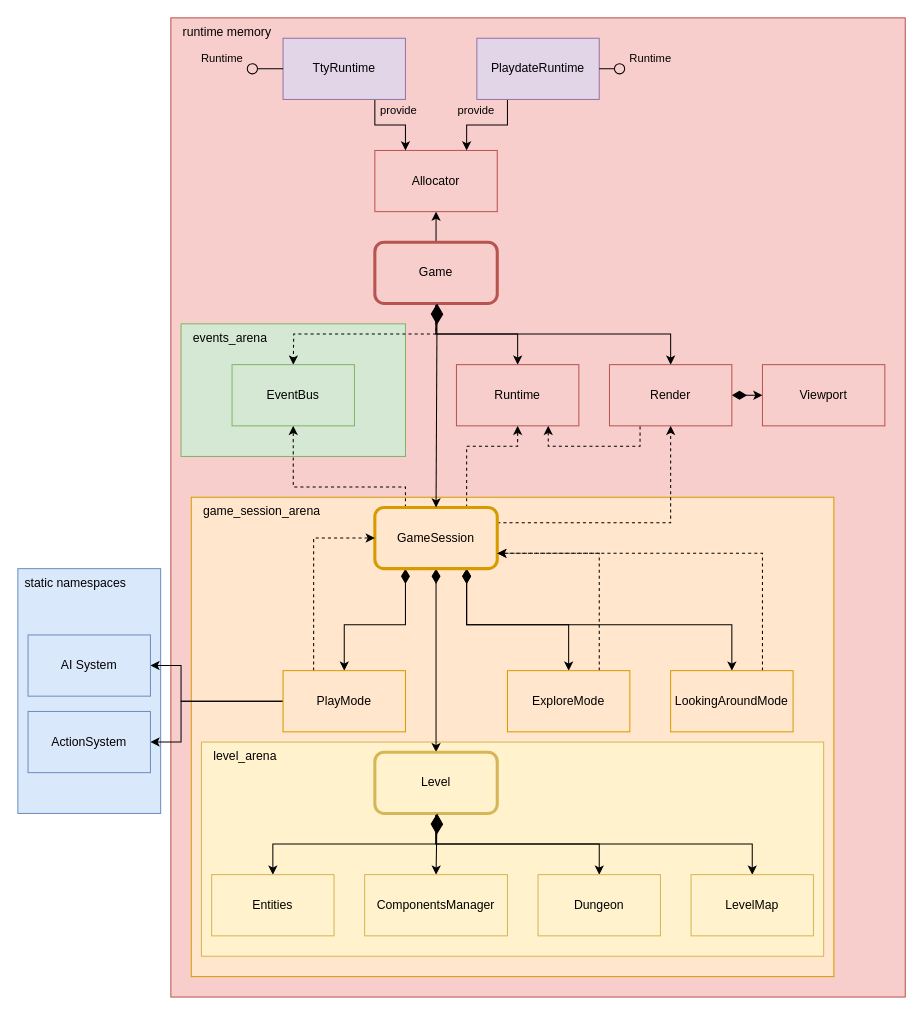
The draw.io diagram page "Main components" (2 of 9) of docs/schemas.drawio in vladimir-popov/forgotten_catacombs, before the edit. Source tidied: cells renumbered, new cells numbered last; positions are measured from the earlier drawing's top-left corner, leaving out a move shared by most shapes. Both pictures are drawn from the tidied source at 102%, with x=0, y=0 at pixel (17, 17).
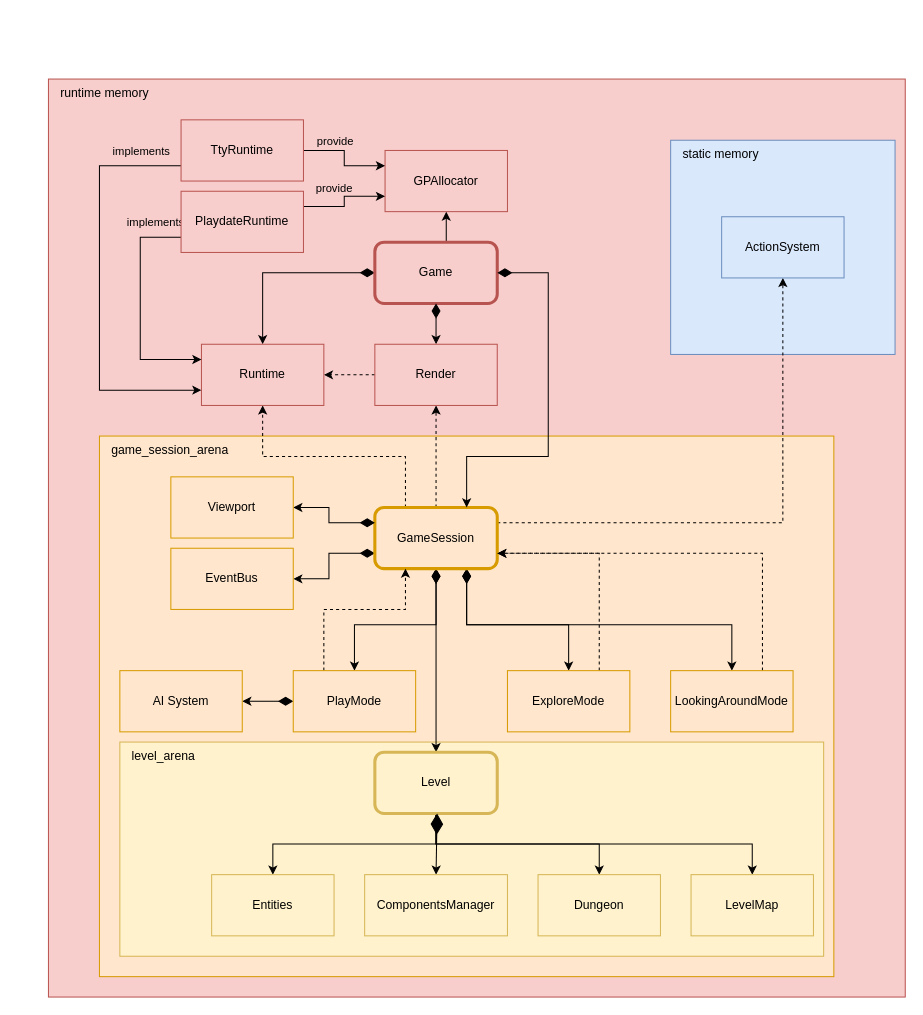
The same page after the edit.

Unchanged cells that the change refers to:
```xml
<mxCell id="11" value="Game" style="rounded=1;whiteSpace=wrap;html=1;fillColor=#f8cecc;strokeColor=#b85450;strokeWidth=3;" parent="1" vertex="1">
  <mxGeometry x="350" y="220" width="120" height="60" as="geometry" />
</mxCell>
<mxCell id="19" value="GameSession" style="rounded=1;whiteSpace=wrap;html=1;fillColor=#ffe6cc;strokeColor=#d79b00;strokeWidth=3;" parent="1" vertex="1">
  <mxGeometry x="350" y="480" width="120" height="60" as="geometry" />
</mxCell>
```

Diff of the diagram source:
```diff
@@
-    <mxCell id="2" value="static namespaces" style="rounded=0;whiteSpace=wrap;html=1;fillColor=#dae8fc;strokeColor=#6c8ebf;align=left;verticalAlign=top;spacingLeft=5;" parent="1" vertex="1">
-      <mxGeometry y="540" width="140" height="240" as="geometry" />
-    </mxCell>
     <mxCell id="3" value="runtime memory" style="rounded=0;whiteSpace=wrap;html=1;fillColor=#f8cecc;strokeColor=#b85450;verticalAlign=top;align=left;spacingLeft=10;" parent="1" vertex="1">
-      <mxGeometry x="150" width="720" height="960" as="geometry" />
+      <mxGeometry x="30" y="60" width="840" height="900" as="geometry" />
     </mxCell>
-    <mxCell id="4" value="events_arena" style="rounded=0;whiteSpace=wrap;html=1;fillColor=#d5e8d4;strokeColor=#82b366;align=left;verticalAlign=top;spacingLeft=10;" parent="1" vertex="1">
-      <mxGeometry x="160" y="300" width="220" height="130" as="geometry" />
-    </mxCell>
+    <mxCell id="56" value="static memory" style="rounded=0;whiteSpace=wrap;html=1;fillColor=#dae8fc;strokeColor=#6c8ebf;align=left;verticalAlign=top;spacingLeft=10;" parent="1" vertex="1">
+      <mxGeometry x="640" y="120" width="220" height="210" as="geometry" />
+    </mxCell>
     <mxCell id="5" value="game_session_arena" style="rounded=0;whiteSpace=wrap;html=1;fillColor=#ffe6cc;strokeColor=#d79b00;align=left;verticalAlign=top;spacingLeft=10;" parent="1" vertex="1">
-      <mxGeometry x="170" y="470" width="630" height="470" as="geometry" />
+      <mxGeometry x="80" y="410" width="720" height="530" as="geometry" />
     </mxCell>
     <mxCell id="6" value="level_arena" style="rounded=0;whiteSpace=wrap;html=1;fillColor=#fff2cc;strokeColor=#d6b656;align=left;verticalAlign=top;spacingLeft=10;" parent="1" vertex="1">
-      <mxGeometry x="180" y="710" width="610" height="210" as="geometry" />
+      <mxGeometry x="100" y="710" width="690" height="210" as="geometry" />
     </mxCell>
-    <mxCell id="7" style="edgeStyle=orthogonalEdgeStyle;rounded=0;jettySize=auto;html=1;exitX=0.5;exitY=1;exitDx=0;exitDy=0;dashed=1;" parent="1" edge="1" source="11">
-      <mxGeometry relative="1" as="geometry">
-        <mxPoint x="270" y="340" as="targetPoint" />
-      </mxGeometry>
-    </mxCell>
-    <mxCell id="8" style="edgeStyle=orthogonalEdgeStyle;rounded=0;jettySize=auto;html=1;exitX=0.5;exitY=1;exitDx=0;exitDy=0;entryX=0.5;entryY=0;entryDx=0;entryDy=0;" parent="1" edge="1" source="11" target="26">
-      <mxGeometry relative="1" as="geometry" />
-    </mxCell>
-    <mxCell id="9" style="edgeStyle=orthogonalEdgeStyle;rounded=0;jettySize=auto;html=1;exitX=0.5;exitY=1;exitDx=0;exitDy=0;" parent="1" edge="1" source="11" target="46">
+    <mxCell id="9" style="edgeStyle=orthogonalEdgeStyle;rounded=0;jettySize=auto;html=1;exitX=0;exitY=0.5;exitDx=0;exitDy=0;startArrow=diamondThin;startFill=1;startSize=12;" parent="1" edge="1" source="11" target="46">
       <mxGeometry relative="1" as="geometry" />
     </mxCell>
@@
-    <mxCell id="12" style="edgeStyle=orthogonalEdgeStyle;rounded=0;jettySize=auto;html=1;exitX=0.25;exitY=1;exitDx=0;exitDy=0;entryX=0.5;entryY=0;entryDx=0;entryDy=0;startArrow=diamondThin;startFill=1;startSize=12;" parent="1" edge="1" source="19" target="32">
+    <mxCell id="12" style="edgeStyle=orthogonalEdgeStyle;rounded=0;jettySize=auto;html=1;startArrow=diamondThin;startFill=1;startSize=12;" parent="1" edge="1" source="19" target="32">
       <mxGeometry relative="1" as="geometry" />
     </mxCell>
@@
-    <mxCell id="14" style="edgeStyle=orthogonalEdgeStyle;rounded=0;jettySize=auto;html=1;exitX=0.25;exitY=0;exitDx=0;exitDy=0;entryX=0.5;entryY=1;entryDx=0;entryDy=0;dashed=1;" parent="1" edge="1" source="19" target="41">
-      <mxGeometry relative="1" as="geometry">
-        <Array as="points">
-          <mxPoint x="380" y="460" />
-          <mxPoint x="270" y="460" />
-        </Array>
-      </mxGeometry>
+    <mxCell id="14" style="edgeStyle=orthogonalEdgeStyle;rounded=0;jettySize=auto;html=1;startArrow=diamondThin;startFill=1;startSize=12;exitX=0;exitY=0.75;exitDx=0;exitDy=0;" parent="1" edge="1" source="19" target="41">
+      <mxGeometry relative="1" as="geometry" />
     </mxCell>
-    <mxCell id="15" style="edgeStyle=orthogonalEdgeStyle;rounded=0;jettySize=auto;html=1;exitX=1;exitY=0.25;exitDx=0;exitDy=0;entryX=0.5;entryY=1;entryDx=0;entryDy=0;dashed=1;" parent="1" edge="1" source="19" target="26">
+    <mxCell id="15" style="edgeStyle=orthogonalEdgeStyle;rounded=0;jettySize=auto;html=1;startArrow=diamondThin;startFill=1;startSize=12;entryX=0.5;entryY=0;entryDx=0;entryDy=0;exitX=0.5;exitY=1;exitDx=0;exitDy=0;" parent="1" edge="1" source="11" target="26">
       <mxGeometry relative="1" as="geometry">
         <Array as="points">
-          <mxPoint x="640" y="495" />
+          <mxPoint x="410" y="320" />
         </Array>
       </mxGeometry>
     </mxCell>
@@
-    <mxCell id="17" style="edgeStyle=orthogonalEdgeStyle;rounded=0;jettySize=auto;html=1;exitX=0.75;exitY=0;exitDx=0;exitDy=0;entryX=0.5;entryY=1;entryDx=0;entryDy=0;dashed=1;" parent="1" edge="1" source="19" target="46">
+    <mxCell id="17" style="edgeStyle=orthogonalEdgeStyle;rounded=0;jettySize=auto;html=1;exitX=0.25;exitY=0;exitDx=0;exitDy=0;entryX=0.5;entryY=1;entryDx=0;entryDy=0;dashed=1;" parent="1" edge="1" source="19" target="46">
       <mxGeometry relative="1" as="geometry">
         <Array as="points">
-          <mxPoint x="440" y="420" />
-          <mxPoint x="490" y="420" />
+          <mxPoint x="380" y="430" />
+          <mxPoint x="240" y="430" />
         </Array>
       </mxGeometry>
     </mxCell>
@@
+    <mxCell id="57" style="edgeStyle=orthogonalEdgeStyle;rounded=0;jettySize=auto;html=1;exitX=0.5;exitY=0;exitDx=0;exitDy=0;entryX=0.5;entryY=1;entryDx=0;entryDy=0;dashed=1;" parent="1" edge="1" source="19" target="26">
+      <mxGeometry relative="1" as="geometry" />
+    </mxCell>
+    <mxCell id="58" style="edgeStyle=orthogonalEdgeStyle;rounded=0;jettySize=auto;html=1;exitX=1;exitY=0.25;exitDx=0;exitDy=0;dashed=1;" parent="1" edge="1" source="19" target="39">
+      <mxGeometry relative="1" as="geometry">
+        <Array as="points">
+          <mxPoint x="750" y="495" />
+        </Array>
+      </mxGeometry>
+    </mxCell>
@@
-    <mxCell id="25" style="edgeStyle=orthogonalEdgeStyle;rounded=0;jettySize=auto;html=1;exitX=1;exitY=0.5;exitDx=0;exitDy=0;entryX=0;entryY=0.5;entryDx=0;entryDy=0;startArrow=diamondThin;startFill=1;startSize=12;" parent="1" edge="1" source="26" target="44">
+    <mxCell id="25" style="edgeStyle=orthogonalEdgeStyle;rounded=0;jettySize=auto;html=1;startArrow=diamondThin;startFill=1;startSize=12;exitX=0;exitY=0.25;exitDx=0;exitDy=0;" parent="1" edge="1" source="19" target="44">
       <mxGeometry relative="1" as="geometry" />
     </mxCell>
+    <mxCell id="59" style="edgeStyle=orthogonalEdgeStyle;rounded=0;jettySize=auto;html=1;exitX=0;exitY=0.5;exitDx=0;exitDy=0;dashed=1;" parent="1" edge="1" source="26" target="46">
+      <mxGeometry relative="1" as="geometry" />
+    </mxCell>
     <mxCell id="26" value="Render" style="rounded=0;whiteSpace=wrap;html=1;fillColor=#f8cecc;strokeColor=#b85450;" parent="1" vertex="1">
-      <mxGeometry x="580" y="340" width="120" height="60" as="geometry" />
+      <mxGeometry x="350" y="320" width="120" height="60" as="geometry" />
     </mxCell>
-    <mxCell id="27" style="endArrow=diamondThin;endFill=1;endSize=18;html=1;rounded=0;exitX=0.5;exitY=0;exitDx=0;exitDy=0;startArrow=classic;startFill=1;strokeWidth=1;" parent="1" edge="1" source="19">
+    <mxCell id="27" style="endArrow=diamondThin;endFill=1;endSize=12;html=1;rounded=0;exitX=0.75;exitY=0;exitDx=0;exitDy=0;startArrow=classic;startFill=1;strokeWidth=1;entryX=1;entryY=0.5;entryDx=0;entryDy=0;edgeStyle=orthogonalEdgeStyle;" parent="1" edge="1" source="19" target="11">
       <mxGeometry relative="1" as="geometry">
-        <mxPoint x="411" y="280" as="targetPoint" />
+        <Array as="points">
+          <mxPoint x="440" y="430" />
+          <mxPoint x="520" y="430" />
+          <mxPoint x="520" y="250" />
+        </Array>
       </mxGeometry>
     </mxCell>
@@
-    <mxCell id="29" style="edgeStyle=orthogonalEdgeStyle;rounded=0;jettySize=auto;html=1;exitX=0.25;exitY=0;exitDx=0;exitDy=0;entryX=0;entryY=0.5;entryDx=0;entryDy=0;dashed=1;" parent="1" edge="1" source="32" target="19">
-      <mxGeometry relative="1" as="geometry" />
+    <mxCell id="29" style="edgeStyle=orthogonalEdgeStyle;rounded=0;jettySize=auto;html=1;dashed=1;" parent="1" edge="1" source="32" target="19">
+      <mxGeometry relative="1" as="geometry">
+        <Array as="points">
+          <mxPoint x="300" y="580" />
+          <mxPoint x="380" y="580" />
+        </Array>
+      </mxGeometry>
     </mxCell>
-    <mxCell id="30" style="edgeStyle=orthogonalEdgeStyle;rounded=0;jettySize=auto;html=1;exitX=0;exitY=0.5;exitDx=0;exitDy=0;entryX=1;entryY=0.5;entryDx=0;entryDy=0;" parent="1" edge="1" source="32" target="38">
-      <mxGeometry relative="1" as="geometry">
-        <Array as="points">
-          <mxPoint x="160" y="670" />
-          <mxPoint x="160" y="635" />
-        </Array>
-      </mxGeometry>
+    <mxCell id="30" style="edgeStyle=orthogonalEdgeStyle;rounded=0;jettySize=auto;html=1;startArrow=diamondThin;startFill=1;startSize=12;" parent="1" edge="1" source="32" target="38">
+      <mxGeometry relative="1" as="geometry" />
     </mxCell>
-    <mxCell id="31" style="edgeStyle=orthogonalEdgeStyle;rounded=0;jettySize=auto;html=1;exitX=0;exitY=0.5;exitDx=0;exitDy=0;entryX=1;entryY=0.5;entryDx=0;entryDy=0;" parent="1" edge="1" source="32" target="39">
-      <mxGeometry relative="1" as="geometry">
-        <Array as="points">
-          <mxPoint x="160" y="670" />
-          <mxPoint x="160" y="710" />
-        </Array>
-      </mxGeometry>
-    </mxCell>
     <mxCell id="32" value="PlayMode" style="rounded=0;whiteSpace=wrap;html=1;fillColor=#ffe6cc;strokeColor=#d79b00;" parent="1" vertex="1">
-      <mxGeometry x="260" y="640" width="120" height="60" as="geometry" />
+      <mxGeometry x="270" y="640" width="120" height="60" as="geometry" />
     </mxCell>
@@
-    <mxCell id="38" value="AI System" style="rounded=0;whiteSpace=wrap;html=1;fillColor=#dae8fc;strokeColor=#6c8ebf;" parent="1" vertex="1">
-      <mxGeometry x="10" y="605" width="120" height="60" as="geometry" />
-    </mxCell>
-    <mxCell id="39" value="ActionSystem" style="rounded=0;whiteSpace=wrap;html=1;fillColor=#dae8fc;strokeColor=#6c8ebf;" parent="1" vertex="1">
-      <mxGeometry x="10" y="680" width="120" height="60" as="geometry" />
-    </mxCell>
-    <mxCell id="40" value="Allocator" style="rounded=0;whiteSpace=wrap;html=1;fillColor=#f8cecc;strokeColor=#b85450;" parent="1" vertex="1">
-      <mxGeometry x="350" y="130" width="120" height="60" as="geometry" />
+    <mxCell id="40" value="GPAllocator" style="rounded=0;whiteSpace=wrap;html=1;fillColor=#f8cecc;strokeColor=#b85450;" parent="1" vertex="1">
+      <mxGeometry x="360" y="130" width="120" height="60" as="geometry" />
     </mxCell>
-    <mxCell id="41" value="EventBus" style="rounded=0;whiteSpace=wrap;html=1;fillColor=#d5e8d4;strokeColor=#82b366;" parent="1" vertex="1">
-      <mxGeometry x="210" y="340" width="120" height="60" as="geometry" />
-    </mxCell>
@@
-    <mxCell id="44" value="Viewport" style="rounded=0;whiteSpace=wrap;html=1;fillColor=#f8cecc;strokeColor=#b85450;" parent="1" vertex="1">
-      <mxGeometry x="730" y="340" width="120" height="60" as="geometry" />
+    <mxCell id="44" value="Viewport" style="rounded=0;whiteSpace=wrap;html=1;fillColor=#ffe6cc;strokeColor=#d79b00;" parent="1" vertex="1">
+      <mxGeometry x="150" y="450" width="120" height="60" as="geometry" />
     </mxCell>
-    <mxCell id="45" style="edgeStyle=orthogonalEdgeStyle;rounded=0;jettySize=auto;html=1;exitX=0.75;exitY=1;exitDx=0;exitDy=0;entryX=0.25;entryY=1;entryDx=0;entryDy=0;dashed=1;endArrow=none;endFill=0;startArrow=classic;startFill=1;" parent="1" edge="1" source="46" target="26">
-      <mxGeometry relative="1" as="geometry" />
-    </mxCell>
     <mxCell id="46" value="Runtime" style="rounded=0;whiteSpace=wrap;html=1;fillColor=#f8cecc;strokeColor=#b85450;" parent="1" vertex="1">
-      <mxGeometry x="430" y="340" width="120" height="60" as="geometry" />
+      <mxGeometry x="180" y="320" width="120" height="60" as="geometry" />
     </mxCell>
-    <mxCell id="47" style="edgeStyle=orthogonalEdgeStyle;rounded=0;jettySize=auto;html=1;exitX=0.75;exitY=1;exitDx=0;exitDy=0;entryX=0.25;entryY=0;entryDx=0;entryDy=0;" parent="1" edge="1" source="49" target="40">
+    <mxCell id="47" style="edgeStyle=orthogonalEdgeStyle;rounded=0;jettySize=auto;html=1;exitX=1;exitY=0.5;exitDx=0;exitDy=0;entryX=0;entryY=0.25;entryDx=0;entryDy=0;" parent="1" edge="1" source="49" target="40">
       <mxGeometry relative="1" as="geometry" />
     </mxCell>
     <mxCell id="48" value="provide" style="edgeLabel;html=1;align=center;verticalAlign=middle;labelBackgroundColor=none;" parent="47" vertex="1">
       <mxGeometry x="0.01" relative="1" as="geometry">
-        <mxPoint x="7" y="-15" as="offset" />
+        <mxPoint x="-10" y="-18" as="offset" />
       </mxGeometry>
     </mxCell>
+    <mxCell id="60" style="edgeStyle=orthogonalEdgeStyle;rounded=0;jettySize=auto;html=1;exitX=0;exitY=0.75;exitDx=0;exitDy=0;" parent="1" edge="1" source="49" target="46">
+      <mxGeometry relative="1" as="geometry">
+        <Array as="points">
+          <mxPoint x="80" y="145" />
+          <mxPoint x="80" y="365" />
+        </Array>
+      </mxGeometry>
+    </mxCell>
+    <mxCell id="61" value="implements" style="edgeLabel;html=1;align=center;verticalAlign=middle;labelBackgroundColor=none;" parent="60" vertex="1">
+      <mxGeometry x="-0.8" y="3" relative="1" as="geometry">
+        <mxPoint y="-18" as="offset" />
+      </mxGeometry>
+    </mxCell>
-    <mxCell id="49" value="TtyRuntime" style="rounded=0;whiteSpace=wrap;html=1;fillColor=#e1d5e7;strokeColor=#9673a6;" parent="1" vertex="1">
-      <mxGeometry x="260" y="20" width="120" height="60" as="geometry" />
+    <mxCell id="49" value="TtyRuntime" style="rounded=0;whiteSpace=wrap;html=1;fillColor=#f8cecc;strokeColor=#b85450;" parent="1" vertex="1">
+      <mxGeometry x="160" y="100" width="120" height="60" as="geometry" />
     </mxCell>
-    <mxCell id="50" style="edgeStyle=orthogonalEdgeStyle;rounded=0;jettySize=auto;html=1;exitX=0.25;exitY=1;exitDx=0;exitDy=0;entryX=0.75;entryY=0;entryDx=0;entryDy=0;" parent="1" edge="1" source="52" target="40">
+    <mxCell id="50" style="edgeStyle=orthogonalEdgeStyle;rounded=0;jettySize=auto;html=1;exitX=1;exitY=0.25;exitDx=0;exitDy=0;entryX=0;entryY=0.75;entryDx=0;entryDy=0;" parent="1" edge="1" source="52" target="40">
       <mxGeometry relative="1" as="geometry" />
     </mxCell>
@@
+    <mxCell id="62" style="edgeStyle=orthogonalEdgeStyle;rounded=0;jettySize=auto;html=1;exitX=0;exitY=0.75;exitDx=0;exitDy=0;entryX=0;entryY=0.25;entryDx=0;entryDy=0;" parent="1" edge="1" source="52" target="46">
+      <mxGeometry relative="1" as="geometry">
+        <Array as="points">
+          <mxPoint x="120" y="215" />
+          <mxPoint x="120" y="335" />
+        </Array>
+      </mxGeometry>
+    </mxCell>
+    <mxCell id="63" value="&lt;span style=&quot;&quot;&gt;implements&lt;/span&gt;" style="edgeLabel;html=1;align=center;verticalAlign=middle;labelBackgroundColor=none;" parent="62" vertex="1">
+      <mxGeometry x="-0.76" relative="1" as="geometry">
+        <mxPoint y="-15" as="offset" />
+      </mxGeometry>
+    </mxCell>
-    <mxCell id="52" value="PlaydateRuntime" style="rounded=0;whiteSpace=wrap;html=1;fillColor=#e1d5e7;strokeColor=#9673a6;" parent="1" vertex="1">
-      <mxGeometry x="450" y="20" width="120" height="60" as="geometry" />
+    <mxCell id="52" value="PlaydateRuntime" style="rounded=0;whiteSpace=wrap;html=1;fillColor=#f8cecc;strokeColor=#b85450;" parent="1" vertex="1">
+      <mxGeometry x="160" y="170" width="120" height="60" as="geometry" />
     </mxCell>
-    <mxCell id="53" value="Runtime" style="rounded=0;jettySize=auto;html=1;endArrow=oval;endFill=0;sketch=0;sourcePerimeterSpacing=0;targetPerimeterSpacing=0;endSize=10;exitX=1;exitY=0.5;exitDx=0;exitDy=0;entryX=0.611;entryY=0.052;entryDx=0;entryDy=0;entryPerimeter=0;labelBackgroundColor=none;" parent="1" edge="1" source="52" target="3">
-      <mxGeometry x="1" y="32" relative="1" as="geometry">
-        <mxPoint x="30" y="22" as="offset" />
-      </mxGeometry>
-    </mxCell>
@@
-    <mxCell id="55" value="Runtime" style="rounded=0;jettySize=auto;html=1;endArrow=oval;endFill=0;sketch=0;sourcePerimeterSpacing=0;targetPerimeterSpacing=0;endSize=10;exitX=0;exitY=0.5;exitDx=0;exitDy=0;entryX=0.111;entryY=0.052;entryDx=0;entryDy=0;entryPerimeter=0;labelBackgroundColor=none;" parent="1" edge="1" source="49" target="3">
-      <mxGeometry x="1" y="-32" relative="1" as="geometry">
-        <mxPoint x="-30" y="22" as="offset" />
-      </mxGeometry>
-    </mxCell>
+    <mxCell id="38" value="AI System" style="rounded=0;whiteSpace=wrap;html=1;fillColor=#ffe6cc;strokeColor=#d79b00;" parent="1" vertex="1">
+      <mxGeometry x="100" y="640" width="120" height="60" as="geometry" />
+    </mxCell>
+    <mxCell id="39" value="ActionSystem" style="rounded=0;whiteSpace=wrap;html=1;fillColor=#dae8fc;strokeColor=#6c8ebf;" parent="1" vertex="1">
+      <mxGeometry x="690" y="195" width="120" height="60" as="geometry" />
+    </mxCell>
+    <mxCell id="41" value="EventBus" style="rounded=0;whiteSpace=wrap;html=1;fillColor=#ffe6cc;strokeColor=#d79b00;" parent="1" vertex="1">
+      <mxGeometry x="150" y="520" width="120" height="60" as="geometry" />
+    </mxCell>
```
